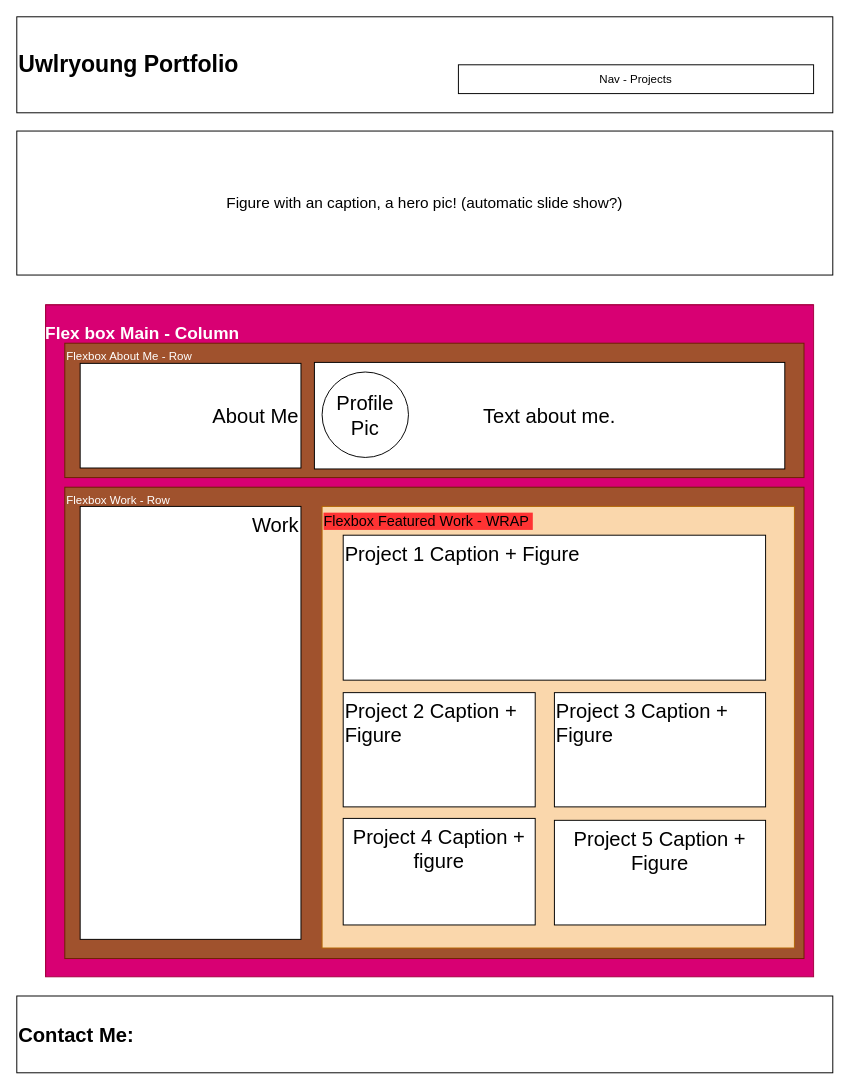
The draw.io diagram Assets/layout v2.drawio in uwlryoung/Uwlryoung-Porfolio-Mistake, before the edit. Source tidied: cells renumbered, new cells numbered last; positions are measured from the earlier drawing's top-left corner, leaving out a move shared by most shapes. Both pictures are drawn from the tidied source at 96%, with x=0, y=0 at pixel (16, 16).
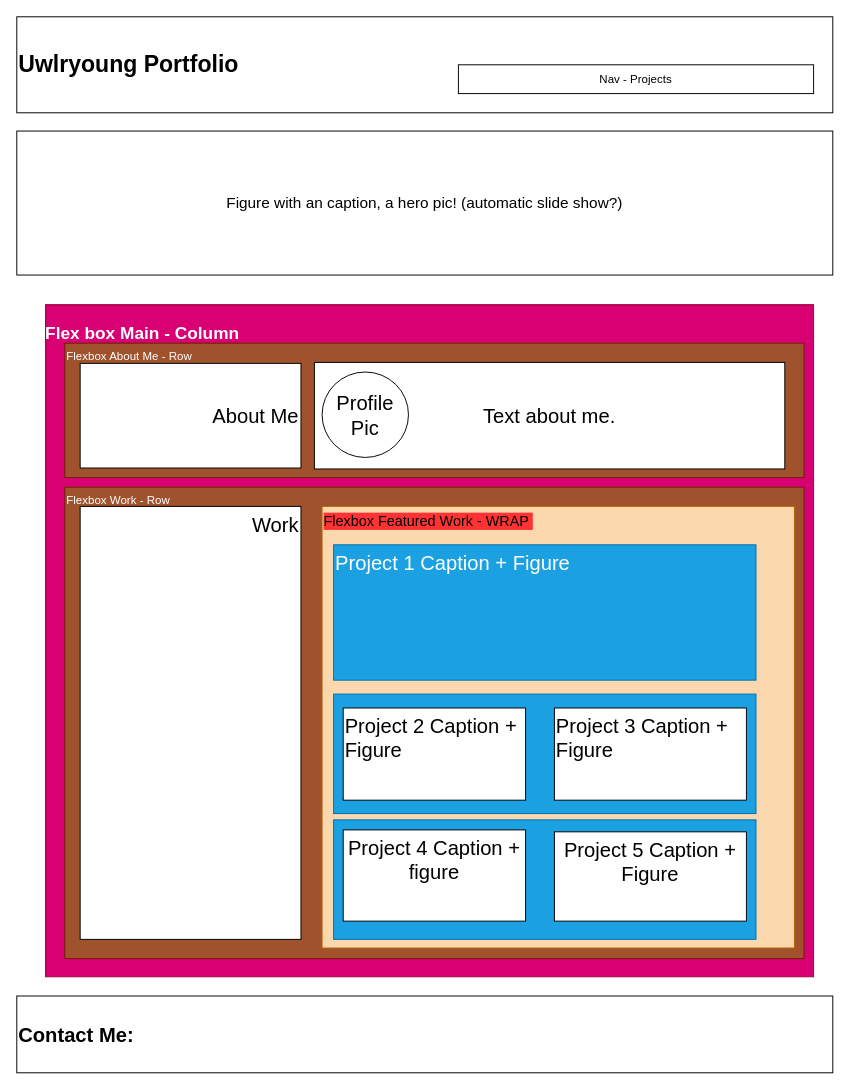
The same page after the edit.

The edit, as a diff of the source:
```diff
@@
-    <mxCell id="10" value="Project 1 Caption + Figure" style="rounded=0;whiteSpace=wrap;html=1;fontSize=21;verticalAlign=top;align=left;" parent="1" vertex="1">
-      <mxGeometry x="340" y="540" width="440" height="151" as="geometry" />
+    <mxCell id="10" value="Project 1 Caption + Figure" style="rounded=0;whiteSpace=wrap;html=1;fontSize=21;verticalAlign=top;align=left;fillColor=#1ba1e2;fontColor=#ffffff;strokeColor=#006EAF;" parent="1" vertex="1">
+      <mxGeometry x="330" y="550" width="440" height="141" as="geometry" />
     </mxCell>
+    <mxCell id="19" style="rounded=0;whiteSpace=wrap;html=1;fillColor=#1ba1e2;fontColor=#ffffff;strokeColor=#006EAF;" parent="1" vertex="1">
+      <mxGeometry x="330" y="705.5" width="440" height="124.5" as="geometry" />
+    </mxCell>
     <mxCell id="11" value="Project 3 Caption + Figure" style="rounded=0;whiteSpace=wrap;html=1;fontSize=21;align=left;verticalAlign=top;" parent="1" vertex="1">
-      <mxGeometry x="560" y="704" width="220" height="119" as="geometry" />
+      <mxGeometry x="560" y="720" width="200" height="96" as="geometry" />
     </mxCell>
     <mxCell id="12" value="Project 2 Caption + Figure" style="rounded=0;whiteSpace=wrap;html=1;fontSize=21;align=left;verticalAlign=top;" parent="1" vertex="1">
-      <mxGeometry x="340" y="704" width="200" height="119" as="geometry" />
+      <mxGeometry x="340" y="720" width="190" height="96" as="geometry" />
     </mxCell>
+    <mxCell id="20" style="rounded=0;whiteSpace=wrap;html=1;fillColor=#1ba1e2;fontColor=#ffffff;strokeColor=#006EAF;" parent="1" vertex="1">
+      <mxGeometry x="330" y="836.5" width="440" height="124.5" as="geometry" />
+    </mxCell>
     <mxCell id="13" value="Project 4 Caption + figure" style="rounded=0;whiteSpace=wrap;html=1;fontSize=21;verticalAlign=top;" parent="1" vertex="1">
-      <mxGeometry x="340" y="835" width="200" height="111" as="geometry" />
+      <mxGeometry x="340" y="847" width="190" height="95" as="geometry" />
     </mxCell>
     <mxCell id="14" value="Project 5 Caption + Figure" style="rounded=0;whiteSpace=wrap;html=1;fontSize=21;verticalAlign=top;" parent="1" vertex="1">
-      <mxGeometry x="560" y="837" width="220" height="109" as="geometry" />
+      <mxGeometry x="560" y="849" width="200" height="93" as="geometry" />
     </mxCell>
```
